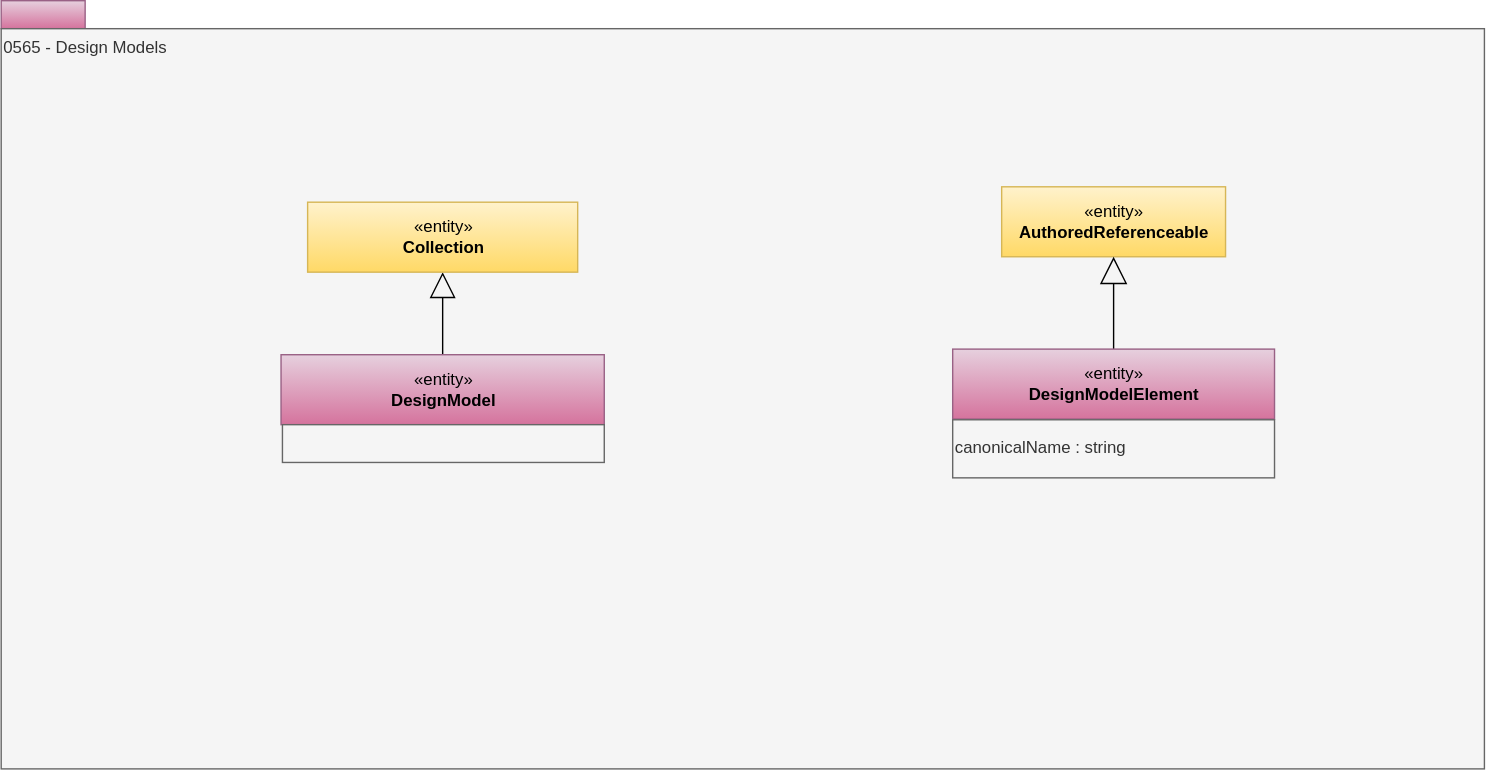
Before: site/docs/types/5/0565-Design-Models.svg, a diagram exported from draw.io (odpi/egeria-docs). Source tidied: cells renumbered, new cells last; positions are measured from the earlier drawing's top-left corner, leaving out a move shared by most shapes.
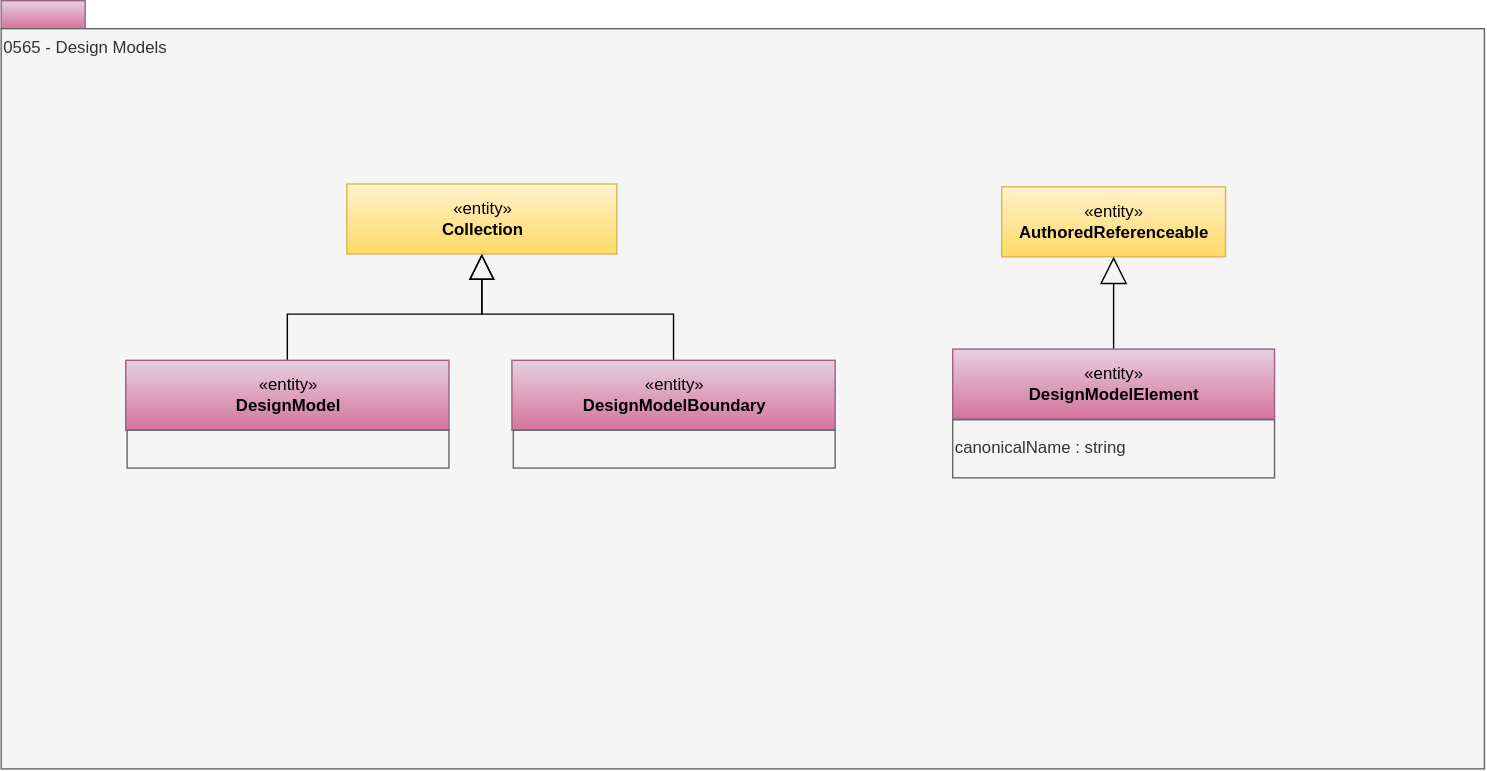
After the change.

Change to the diagram source:
```diff
@@ -1,36 +1,45 @@
 <mxGraphModel>
   <root>
-    <mxCell id="0" />
-    <mxCell id="1" parent="0" />
+    <mxCell id="12" />
+    <mxCell id="13" parent="12" />
-    <mxCell id="2" style="rounded=0;whiteSpace=wrap;html=1;align=left;fillColor=#e6d0de;strokeColor=#996185;gradientColor=#d5739d;" parent="1" vertex="1">
+    <mxCell id="2" style="rounded=0;whiteSpace=wrap;html=1;align=left;fillColor=#e6d0de;strokeColor=#996185;gradientColor=#d5739d;" parent="13" vertex="1">
       <mxGeometry width="60" height="20" as="geometry" />
     </mxCell>
-    <mxCell id="3" value="0565 - Design Models" style="rounded=0;whiteSpace=wrap;html=1;align=left;verticalAlign=top;fillColor=#f5f5f5;fontColor=#333333;strokeColor=#666666;" parent="1" vertex="1">
+    <mxCell id="3" value="0565 - Design Models" style="rounded=0;whiteSpace=wrap;html=1;align=left;verticalAlign=top;fillColor=#f5f5f5;fontColor=#333333;strokeColor=#666666;" parent="13" vertex="1">
       <mxGeometry y="20" width="1060" height="529" as="geometry" />
     </mxCell>
-    <mxCell id="4" value="«entity»&lt;br&gt;&lt;b&gt;AuthoredReferenceable&lt;/b&gt;" style="html=1;strokeColor=#d6b656;align=center;fillColor=#fff2cc;gradientColor=#ffd966;" parent="1" vertex="1">
+    <mxCell id="4" value="«entity»&lt;br&gt;&lt;b&gt;AuthoredReferenceable&lt;/b&gt;" style="html=1;strokeColor=#d6b656;align=center;fillColor=#fff2cc;gradientColor=#ffd966;" parent="13" vertex="1">
       <mxGeometry x="715" y="133" width="160" height="50" as="geometry" />
     </mxCell>
-    <mxCell id="5" style="edgeStyle=orthogonalEdgeStyle;rounded=0;jumpSize=15;jettySize=auto;html=1;exitX=0.5;exitY=0;exitDx=0;exitDy=0;entryX=0.5;entryY=1;entryDx=0;entryDy=0;startArrow=none;startFill=0;startSize=17;sourcePerimeterSpacing=0;endArrow=block;endFill=0;targetPerimeterSpacing=0;strokeWidth=1;fontColor=#000000;endSize=17;" parent="1" edge="1" source="6" target="4">
+    <mxCell id="5" style="edgeStyle=orthogonalEdgeStyle;rounded=0;jumpSize=15;jettySize=auto;html=1;exitX=0.5;exitY=0;exitDx=0;exitDy=0;entryX=0.5;entryY=1;entryDx=0;entryDy=0;startArrow=none;startFill=0;startSize=17;sourcePerimeterSpacing=0;endArrow=block;endFill=0;targetPerimeterSpacing=0;strokeWidth=1;fontColor=#000000;endSize=17;" parent="13" edge="1" source="6" target="4">
       <mxGeometry relative="1" as="geometry" />
     </mxCell>
-    <mxCell id="6" value="«entity»&lt;br&gt;&lt;b&gt;DesignModelElement&lt;/b&gt;" style="html=1;strokeColor=#996185;align=center;fillColor=#e6d0de;gradientColor=#d5739d;" parent="1" vertex="1">
+    <mxCell id="6" value="«entity»&lt;br&gt;&lt;b&gt;DesignModelElement&lt;/b&gt;" style="html=1;strokeColor=#996185;align=center;fillColor=#e6d0de;gradientColor=#d5739d;" parent="13" vertex="1">
       <mxGeometry x="680" y="249" width="230" height="50" as="geometry" />
     </mxCell>
-    <mxCell id="7" value="&lt;span&gt;canonicalName : string&lt;/span&gt;" style="rounded=0;whiteSpace=wrap;html=1;strokeColor=#666666;align=left;fillColor=#f5f5f5;fontColor=#333333;" parent="1" vertex="1">
+    <mxCell id="7" value="&lt;span&gt;canonicalName : string&lt;/span&gt;" style="rounded=0;whiteSpace=wrap;html=1;strokeColor=#666666;align=left;fillColor=#f5f5f5;fontColor=#333333;" parent="13" vertex="1">
       <mxGeometry x="680" y="299.5" width="230" height="41.5" as="geometry" />
     </mxCell>
-    <mxCell id="8" style="edgeStyle=orthogonalEdgeStyle;rounded=0;jettySize=auto;html=1;exitX=0.5;exitY=0;exitDx=0;exitDy=0;endArrow=block;endFill=0;endSize=16;entryX=0.5;entryY=1;entryDx=0;entryDy=0;" parent="1" edge="1" source="9" target="10">
+    <mxCell id="8" style="edgeStyle=orthogonalEdgeStyle;rounded=0;jettySize=auto;html=1;exitX=0.5;exitY=0;exitDx=0;exitDy=0;endArrow=block;endFill=0;endSize=16;entryX=0.5;entryY=1;entryDx=0;entryDy=0;" parent="13" edge="1" source="9" target="10">
       <mxGeometry relative="1" as="geometry" />
     </mxCell>
-    <mxCell id="9" value="«entity»&lt;br&gt;&lt;b&gt;DesignModel&lt;/b&gt;" style="html=1;strokeColor=#996185;align=center;fillColor=#e6d0de;gradientColor=#d5739d;" parent="1" vertex="1">
-      <mxGeometry x="200" y="253" width="231" height="50" as="geometry" />
+    <mxCell id="9" value="«entity»&lt;br&gt;&lt;b&gt;DesignModel&lt;/b&gt;" style="html=1;strokeColor=#996185;align=center;fillColor=#e6d0de;gradientColor=#d5739d;" parent="13" vertex="1">
+      <mxGeometry x="89" y="257" width="231" height="50" as="geometry" />
     </mxCell>
-    <mxCell id="10" value="«entity»&lt;br&gt;&lt;b&gt;Collection&lt;/b&gt;" style="html=1;strokeColor=#d6b656;align=center;fillColor=#fff2cc;gradientColor=#ffd966;" parent="1" vertex="1">
-      <mxGeometry x="219" y="144" width="193" height="50" as="geometry" />
+    <mxCell id="10" value="«entity»&lt;br&gt;&lt;b&gt;Collection&lt;/b&gt;" style="html=1;strokeColor=#d6b656;align=center;fillColor=#fff2cc;gradientColor=#ffd966;" parent="13" vertex="1">
+      <mxGeometry x="247" y="131" width="193" height="50" as="geometry" />
     </mxCell>
-    <mxCell id="11" style="rounded=0;whiteSpace=wrap;html=1;strokeColor=#666666;align=left;fillColor=#f5f5f5;fontColor=#333333;" parent="1" vertex="1">
-      <mxGeometry x="201" y="303" width="230" height="27" as="geometry" />
-    </mxCell>
+    <mxCell id="14" style="rounded=0;whiteSpace=wrap;html=1;strokeColor=#666666;align=left;fillColor=#f5f5f5;fontColor=#333333;" parent="13" vertex="1">
+      <mxGeometry x="90" y="307" width="230" height="27" as="geometry" />
+    </mxCell>
+    <mxCell id="15" style="edgeStyle=orthogonalEdgeStyle;rounded=0;jettySize=auto;html=1;exitX=0.5;exitY=0;exitDx=0;exitDy=0;endArrow=block;endFill=0;endSize=16;" parent="13" edge="1" source="16" target="10">
+      <mxGeometry relative="1" as="geometry" />
+    </mxCell>
+    <mxCell id="16" value="«entity»&lt;br&gt;&lt;b&gt;DesignModelBoundary&lt;/b&gt;" style="html=1;strokeColor=#996185;align=center;fillColor=#e6d0de;gradientColor=#d5739d;" parent="13" vertex="1">
+      <mxGeometry x="365" y="257" width="231" height="50" as="geometry" />
+    </mxCell>
+    <mxCell id="17" style="rounded=0;whiteSpace=wrap;html=1;strokeColor=#666666;align=left;fillColor=#f5f5f5;fontColor=#333333;" parent="13" vertex="1">
+      <mxGeometry x="366" y="307" width="230" height="27" as="geometry" />
+    </mxCell>
   </root>
 </mxGraphModel>
```
